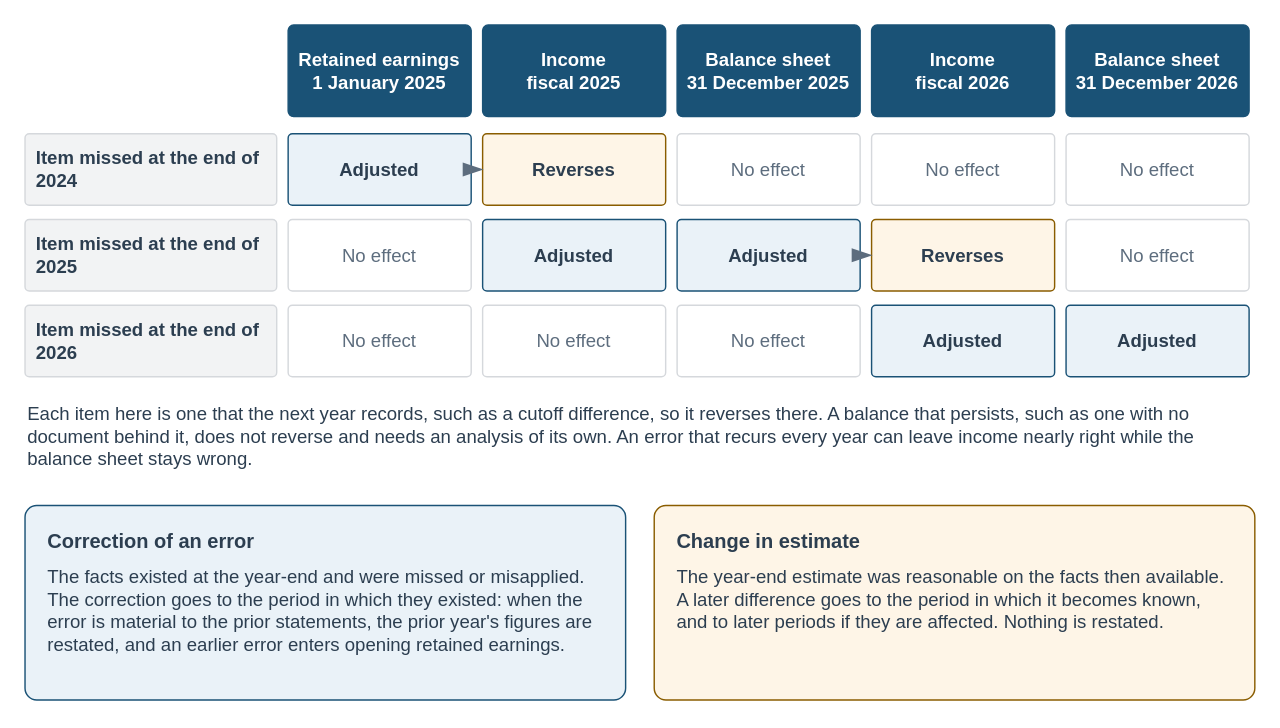
Above: visuals/src/fig-17-02-adjustment-timeline.drawio in mmcodesso/Accounting_Analytics_Book (draw.io), before the change. Source tidied: cells renumbered, new cells numbered last; positions are measured from the earlier drawing's top-left corner, leaving out a move shared by most shapes. Both pictures are drawn from the tidied source at 143%, with x=0, y=0 at pixel (24, 24).
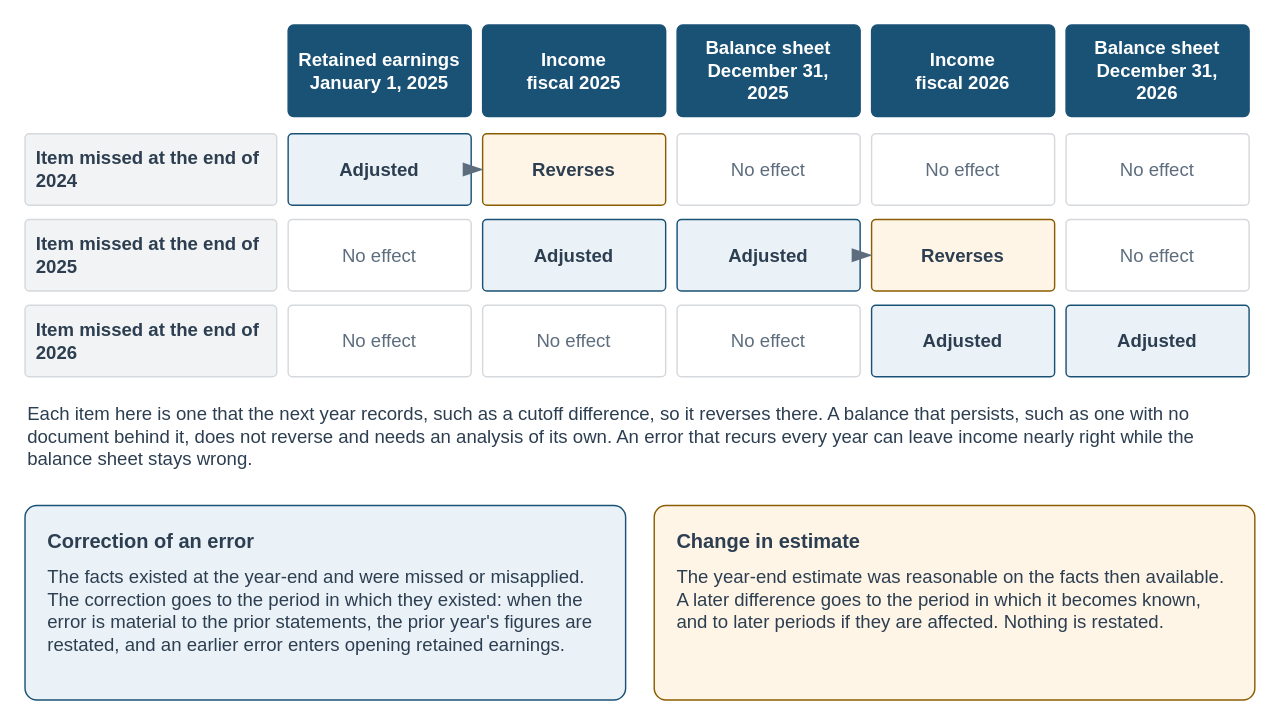
After the change.

What changed in the source:
```diff
@@
-    <mxCell id="3" value="&lt;b&gt;Retained earnings&lt;br&gt;1 January 2025&lt;/b&gt;" style="rounded=1;arcSize=6;whiteSpace=wrap;html=1;fillColor=#1A5276;strokeColor=#1A5276;strokeWidth=1;fontColor=#FFFFFF;fontSize=13;fontStyle=0;align=center;verticalAlign=middle;fontFamily=Helvetica;spacingLeft=6;spacingRight=6;" parent="1" vertex="1">
+    <mxCell id="3" value="&lt;b&gt;Retained earnings&lt;br&gt;January 1, 2025&lt;/b&gt;" style="rounded=1;arcSize=6;whiteSpace=wrap;html=1;fillColor=#1A5276;strokeColor=#1A5276;strokeWidth=1;fontColor=#FFFFFF;fontSize=13;fontStyle=0;align=center;verticalAlign=middle;fontFamily=Helvetica;spacingLeft=6;spacingRight=6;" parent="1" vertex="1">
       <mxGeometry x="184" width="128" height="64" as="geometry" />
     </mxCell>
@@
-    <mxCell id="5" value="&lt;b&gt;Balance sheet&lt;br&gt;31 December 2025&lt;/b&gt;" style="rounded=1;arcSize=6;whiteSpace=wrap;html=1;fillColor=#1A5276;strokeColor=#1A5276;strokeWidth=1;fontColor=#FFFFFF;fontSize=13;fontStyle=0;align=center;verticalAlign=middle;fontFamily=Helvetica;spacingLeft=6;spacingRight=6;" parent="1" vertex="1">
+    <mxCell id="5" value="&lt;b&gt;Balance sheet&lt;br&gt;December 31, 2025&lt;/b&gt;" style="rounded=1;arcSize=6;whiteSpace=wrap;html=1;fillColor=#1A5276;strokeColor=#1A5276;strokeWidth=1;fontColor=#FFFFFF;fontSize=13;fontStyle=0;align=center;verticalAlign=middle;fontFamily=Helvetica;spacingLeft=6;spacingRight=6;" parent="1" vertex="1">
       <mxGeometry x="456" width="128" height="64" as="geometry" />
     </mxCell>
@@
-    <mxCell id="7" value="&lt;b&gt;Balance sheet&lt;br&gt;31 December 2026&lt;/b&gt;" style="rounded=1;arcSize=6;whiteSpace=wrap;html=1;fillColor=#1A5276;strokeColor=#1A5276;strokeWidth=1;fontColor=#FFFFFF;fontSize=13;fontStyle=0;align=center;verticalAlign=middle;fontFamily=Helvetica;spacingLeft=6;spacingRight=6;" parent="1" vertex="1">
+    <mxCell id="7" value="&lt;b&gt;Balance sheet&lt;br&gt;December 31, 2026&lt;/b&gt;" style="rounded=1;arcSize=6;whiteSpace=wrap;html=1;fillColor=#1A5276;strokeColor=#1A5276;strokeWidth=1;fontColor=#FFFFFF;fontSize=13;fontStyle=0;align=center;verticalAlign=middle;fontFamily=Helvetica;spacingLeft=6;spacingRight=6;" parent="1" vertex="1">
       <mxGeometry x="728" width="128" height="64" as="geometry" />
     </mxCell>
```
